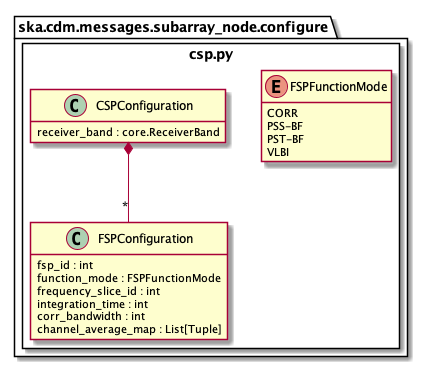
ska-telescope/cdm-shared-library keeps this PlantUML diagram as docs/src/developer/subarraynode/csp.png. Above is the earlier version. The source it was exported from:
```plantuml
@startuml
hide empty members

package ska.cdm.messages.subarray_node.configure {
	package csp.py <<Rectangle>> {

		enum FSPFunctionMode {
			CORR
			PSS-BF
			PST-BF
			VLBI
		}

		class FSPConfiguration {
			fsp_id : int
			function_mode : FSPFunctionMode
			frequency_slice_id : int
			integration_time : int
			corr_bandwidth : int
			channel_average_map : List[Tuple]
		}

		class CSPConfiguration {
			receiver_band : core.ReceiverBand
		}
		CSPConfiguration *-- "*" FSPConfiguration

	}
}

@enduml
```
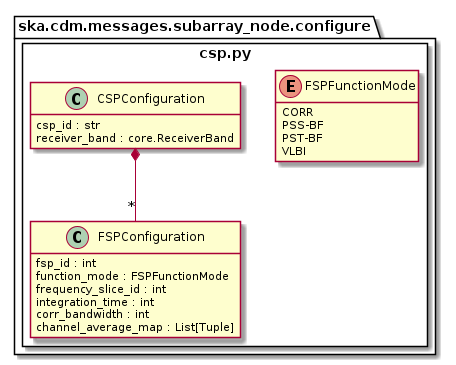
The same diagram one commit later.

Diff of the diagram source:
```diff
@@ -21,6 +21,7 @@
 		}
 
 		class CSPConfiguration {
+            csp_id : str
 			receiver_band : core.ReceiverBand
 		}
 		CSPConfiguration *-- "*" FSPConfiguration
```
